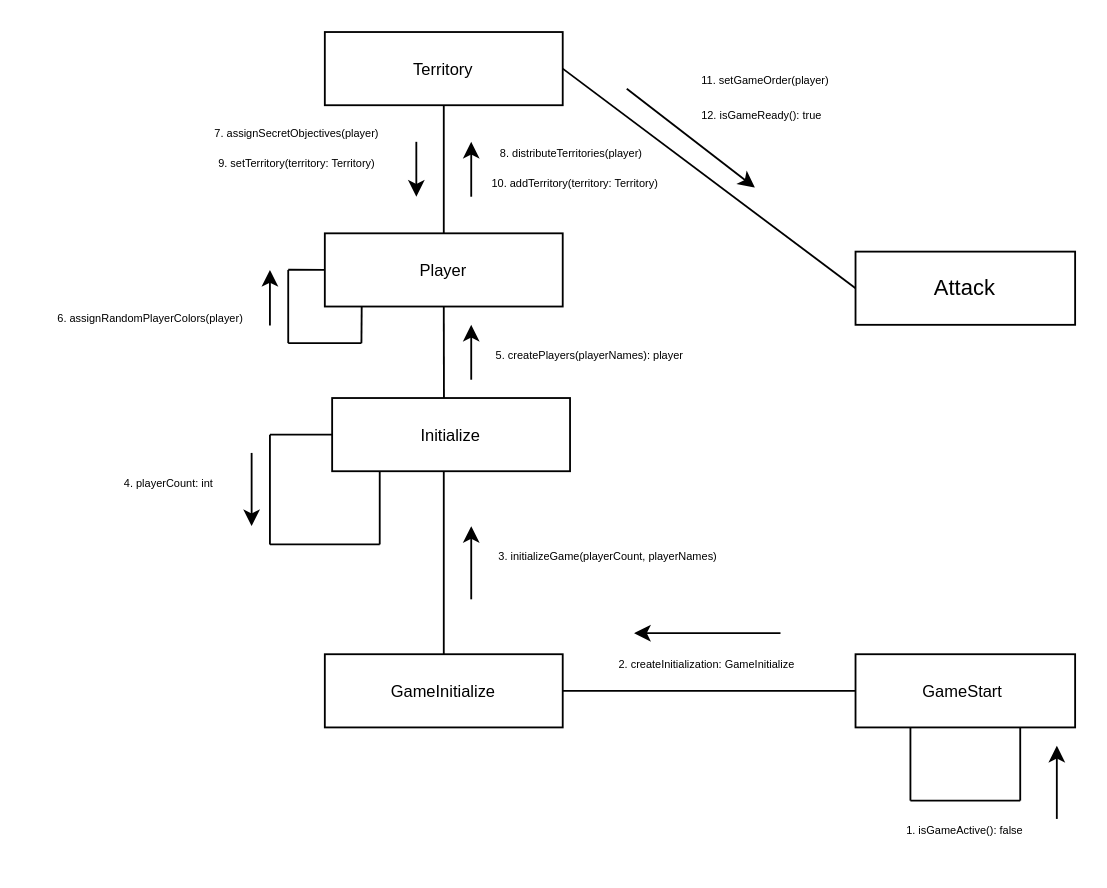
Earlier version of the draw.io diagram es2/es2.drawio (rickzerahh/UNICAP). Source tidied: cells renumbered, new cells numbered last; positions are measured from the earlier drawing's top-left corner, leaving out a move shared by most shapes. Both pictures are drawn from the tidied source at 183%, with x=0, y=0 at pixel (31, 31).
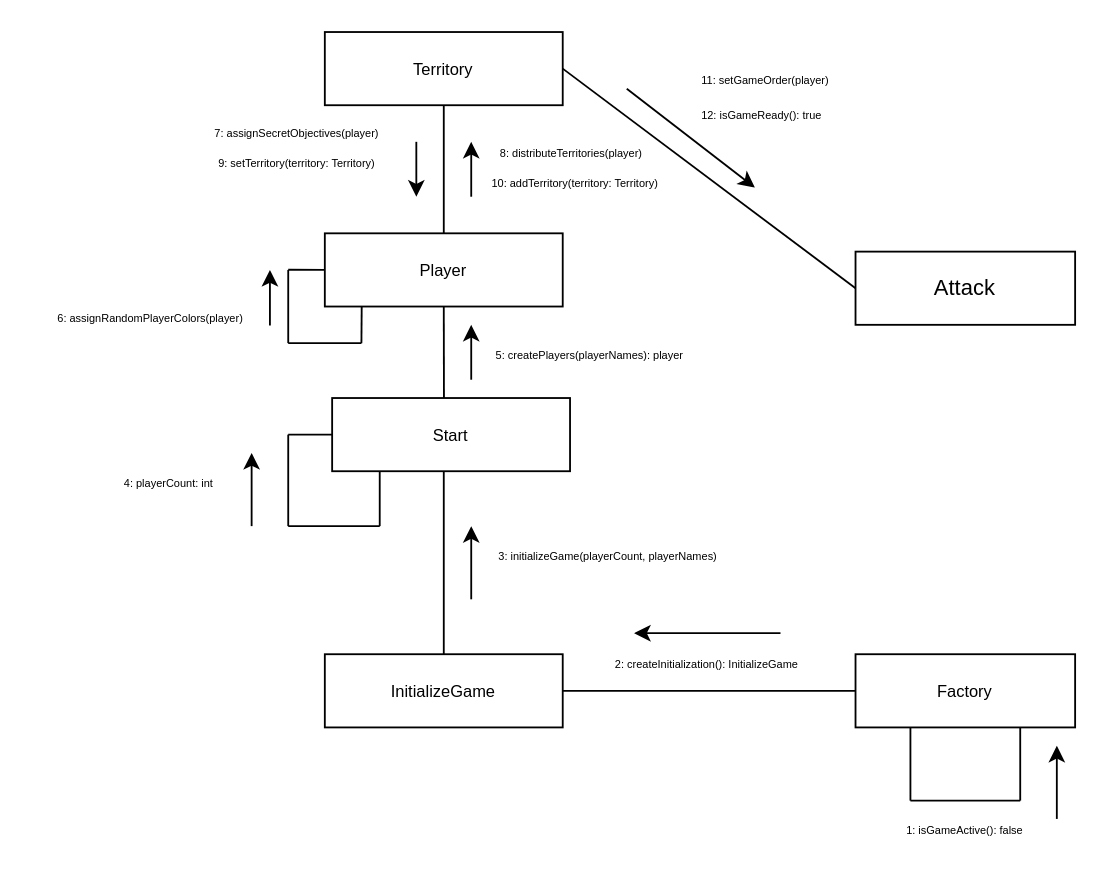
After the change.

Diff of the diagram source:
```diff
@@
-    <mxCell id="2" value="&lt;font style=&quot;font-size: 9px;&quot;&gt;GameStart&amp;nbsp;&lt;/font&gt;" style="rounded=0;whiteSpace=wrap;html=1;" parent="1" vertex="1">
+    <mxCell id="2" value="&lt;font style=&quot;font-size: 9px;&quot;&gt;Factory&lt;/font&gt;" style="rounded=0;whiteSpace=wrap;html=1;" parent="1" vertex="1">
       <mxGeometry x="450" y="340" width="120" height="40" as="geometry" />
     </mxCell>
@@
-    <mxCell id="7" value="&lt;font style=&quot;font-size: 6px;&quot;&gt;1. isGameActive(): false&lt;/font&gt;" style="text;html=1;align=center;verticalAlign=middle;whiteSpace=wrap;rounded=0;" parent="1" vertex="1">
+    <mxCell id="7" value="&lt;font style=&quot;font-size: 6px;&quot;&gt;1: isGameActive(): false&lt;/font&gt;" style="text;html=1;align=center;verticalAlign=middle;whiteSpace=wrap;rounded=0;" parent="1" vertex="1">
       <mxGeometry x="461.2" y="420" width="97.5" height="30" as="geometry" />
     </mxCell>
-    <mxCell id="8" value="&lt;font style=&quot;font-size: 9px;&quot;&gt;GameInitialize&lt;/font&gt;" style="rounded=0;whiteSpace=wrap;html=1;" parent="1" vertex="1">
+    <mxCell id="8" value="&lt;font style=&quot;font-size: 9px;&quot;&gt;InitializeGame&lt;/font&gt;" style="rounded=0;whiteSpace=wrap;html=1;" parent="1" vertex="1">
       <mxGeometry x="160" y="340" width="130" height="40" as="geometry" />
     </mxCell>
-    <mxCell id="9" value="&lt;font style=&quot;font-size: 6px;&quot;&gt;2. createInitialization: GameInitialize&lt;/font&gt;" style="text;html=1;align=center;verticalAlign=middle;whiteSpace=wrap;rounded=0;" parent="1" vertex="1">
+    <mxCell id="9" value="&lt;font style=&quot;font-size: 6px;&quot;&gt;2: createInitialization(): InitializeGame&lt;/font&gt;" style="text;html=1;align=center;verticalAlign=middle;whiteSpace=wrap;rounded=0;" parent="1" vertex="1">
       <mxGeometry x="294" y="334" width="150" height="20" as="geometry" />
     </mxCell>
@@
-    <mxCell id="13" value="&lt;font style=&quot;font-size: 6px;&quot;&gt;3. initializeGame(playerCount, playerNames)&lt;/font&gt;" style="text;html=1;align=center;verticalAlign=middle;whiteSpace=wrap;rounded=0;" parent="1" vertex="1">
+    <mxCell id="13" value="&lt;font style=&quot;font-size: 6px;&quot;&gt;3: initializeGame(playerCount, playerNames)&lt;/font&gt;" style="text;html=1;align=center;verticalAlign=middle;whiteSpace=wrap;rounded=0;" parent="1" vertex="1">
       <mxGeometry x="230" y="270" width="170" height="30" as="geometry" />
     </mxCell>
@@
-    <mxCell id="15" value="&lt;font style=&quot;font-size: 9px;&quot;&gt;Initialize&lt;/font&gt;" style="rounded=0;whiteSpace=wrap;html=1;" parent="1" vertex="1">
+    <mxCell id="15" value="&lt;font style=&quot;font-size: 9px;&quot;&gt;Start&lt;/font&gt;" style="rounded=0;whiteSpace=wrap;html=1;" parent="1" vertex="1">
       <mxGeometry x="164" y="200" width="130" height="40" as="geometry" />
     </mxCell>
     <mxCell id="16" style="endArrow=none;html=1;rounded=0;exitX=0;exitY=0.5;exitDx=0;exitDy=0;" parent="1" edge="1" source="15">
       <mxGeometry relative="1" as="geometry">
-        <mxPoint x="130" y="220" as="targetPoint" />
+        <mxPoint x="140" y="220" as="targetPoint" />
       </mxGeometry>
     </mxCell>
     <mxCell id="17" style="endArrow=none;html=1;rounded=0;" parent="1" edge="1">
       <mxGeometry relative="1" as="geometry">
-        <mxPoint x="130" y="280" as="sourcePoint" />
-        <mxPoint x="130" y="220" as="targetPoint" />
+        <mxPoint x="140" y="270" as="sourcePoint" />
+        <mxPoint x="140" y="220" as="targetPoint" />
       </mxGeometry>
     </mxCell>
     <mxCell id="18" style="endArrow=none;html=1;rounded=0;" parent="1" edge="1">
       <mxGeometry relative="1" as="geometry">
-        <mxPoint x="190" y="280" as="sourcePoint" />
-        <mxPoint x="130" y="280" as="targetPoint" />
+        <mxPoint x="190" y="270" as="sourcePoint" />
+        <mxPoint x="140" y="270" as="targetPoint" />
       </mxGeometry>
     </mxCell>
     <mxCell id="19" style="endArrow=none;html=1;rounded=0;" parent="1" edge="1">
       <mxGeometry relative="1" as="geometry">
-        <mxPoint x="190" y="280" as="sourcePoint" />
+        <mxPoint x="190" y="270" as="sourcePoint" />
         <mxPoint x="190" y="240" as="targetPoint" />
       </mxGeometry>
     </mxCell>
-    <mxCell id="20" value="&lt;font style=&quot;font-size: 6px;&quot;&gt;4. playerCount: int&lt;/font&gt;" style="text;html=1;align=center;verticalAlign=middle;whiteSpace=wrap;rounded=0;" parent="1" vertex="1">
+    <mxCell id="20" value="&lt;font style=&quot;font-size: 6px;&quot;&gt;4: playerCount: int&lt;/font&gt;" style="text;html=1;align=center;verticalAlign=middle;whiteSpace=wrap;rounded=0;" parent="1" vertex="1">
       <mxGeometry x="40" y="230" width="70" height="30" as="geometry" />
     </mxCell>
     <mxCell id="21" style="endArrow=classic;html=1;rounded=0;" parent="1" edge="1">
       <mxGeometry relative="1" as="geometry">
-        <mxPoint x="120" y="230" as="sourcePoint" />
-        <mxPoint x="120" y="270" as="targetPoint" />
+        <mxPoint x="120" y="270" as="sourcePoint" />
+        <mxPoint x="120" y="230" as="targetPoint" />
       </mxGeometry>
     </mxCell>
@@
-    <mxCell id="25" value="&lt;font style=&quot;font-size: 6px;&quot;&gt;5. createPlayers(playerNames): player&lt;/font&gt;" style="text;html=1;align=center;verticalAlign=middle;whiteSpace=wrap;rounded=0;" parent="1" vertex="1">
+    <mxCell id="25" value="&lt;font style=&quot;font-size: 6px;&quot;&gt;5: createPlayers(playerNames): player&lt;/font&gt;" style="text;html=1;align=center;verticalAlign=middle;whiteSpace=wrap;rounded=0;" parent="1" vertex="1">
       <mxGeometry x="220" y="160" width="170" height="30" as="geometry" />
     </mxCell>
@@
-    <mxCell id="29" value="&lt;font style=&quot;font-size: 6px;&quot;&gt;6. assignRandomPlayerColors(player)&lt;/font&gt;" style="text;html=1;align=center;verticalAlign=middle;whiteSpace=wrap;rounded=0;" parent="1" vertex="1">
+    <mxCell id="29" value="&lt;font style=&quot;font-size: 6px;&quot;&gt;6: assignRandomPlayerColors(player)&lt;/font&gt;" style="text;html=1;align=center;verticalAlign=middle;whiteSpace=wrap;rounded=0;" parent="1" vertex="1">
       <mxGeometry y="140" width="130" height="30" as="geometry" />
     </mxCell>
@@
-    <mxCell id="35" value="&lt;font style=&quot;font-size: 6px;&quot;&gt;&lt;font style=&quot;&quot;&gt;7&lt;/font&gt;&lt;span style=&quot;background-color: initial;&quot;&gt;.&amp;nbsp;&lt;/span&gt;assignSecretObjectives(player)&lt;/font&gt;" style="text;html=1;align=center;verticalAlign=middle;whiteSpace=wrap;rounded=0;" parent="1" vertex="1">
+    <mxCell id="35" value="&lt;font style=&quot;font-size: 6px;&quot;&gt;&lt;font style=&quot;&quot;&gt;7:&lt;/font&gt;&lt;span style=&quot;background-color: initial;&quot;&gt;&amp;nbsp;&lt;/span&gt;assignSecretObjectives(player)&lt;/font&gt;" style="text;html=1;align=center;verticalAlign=middle;whiteSpace=wrap;rounded=0;" parent="1" vertex="1">
       <mxGeometry x="80" y="39" width="130" height="30" as="geometry" />
     </mxCell>
@@
-    <mxCell id="37" value="&lt;font style=&quot;font-size: 6px;&quot;&gt;&lt;span style=&quot;background-color: initial;&quot;&gt;8.&amp;nbsp;&lt;/span&gt;distributeTerritories(player)&lt;/font&gt;" style="text;html=1;align=center;verticalAlign=middle;whiteSpace=wrap;rounded=0;" parent="1" vertex="1">
+    <mxCell id="37" value="&lt;font style=&quot;font-size: 6px;&quot;&gt;&lt;span style=&quot;background-color: initial;&quot;&gt;8:&amp;nbsp;&lt;/span&gt;distributeTerritories(player)&lt;/font&gt;" style="text;html=1;align=center;verticalAlign=middle;whiteSpace=wrap;rounded=0;" parent="1" vertex="1">
       <mxGeometry x="230" y="50" width="130" height="30" as="geometry" />
     </mxCell>
-    <mxCell id="38" value="&lt;font style=&quot;font-size: 6px;&quot;&gt;&lt;span style=&quot;background-color: initial;&quot;&gt;9.&amp;nbsp;&lt;/span&gt;setTerritory(territory: Territory)&lt;/font&gt;" style="text;html=1;align=center;verticalAlign=middle;whiteSpace=wrap;rounded=0;" parent="1" vertex="1">
+    <mxCell id="38" value="&lt;font style=&quot;font-size: 6px;&quot;&gt;&lt;span style=&quot;background-color: initial;&quot;&gt;9:&amp;nbsp;&lt;/span&gt;setTerritory(territory: Territory)&lt;/font&gt;" style="text;html=1;align=center;verticalAlign=middle;whiteSpace=wrap;rounded=0;" parent="1" vertex="1">
       <mxGeometry x="80" y="55" width="130" height="30" as="geometry" />
     </mxCell>
@@
-    <mxCell id="41" value="&lt;font style=&quot;font-size: 6px;&quot;&gt;&lt;span style=&quot;background-color: initial;&quot;&gt;10. add&lt;/span&gt;Territory(territory: Territory)&lt;/font&gt;" style="text;html=1;align=center;verticalAlign=middle;whiteSpace=wrap;rounded=0;" parent="1" vertex="1">
+    <mxCell id="41" value="&lt;font style=&quot;font-size: 6px;&quot;&gt;&lt;span style=&quot;background-color: initial;&quot;&gt;10: add&lt;/span&gt;Territory(territory: Territory)&lt;/font&gt;" style="text;html=1;align=center;verticalAlign=middle;whiteSpace=wrap;rounded=0;" parent="1" vertex="1">
       <mxGeometry x="232" y="66" width="130" height="30" as="geometry" />
     </mxCell>
@@
-    <mxCell id="43" value="&lt;font style=&quot;font-size: 6px;&quot;&gt;11. setGameOrder(player)&lt;/font&gt;" style="text;html=1;align=center;verticalAlign=middle;whiteSpace=wrap;rounded=0;" parent="1" vertex="1">
+    <mxCell id="43" value="&lt;font style=&quot;font-size: 6px;&quot;&gt;11: setGameOrder(player)&lt;/font&gt;" style="text;html=1;align=center;verticalAlign=middle;whiteSpace=wrap;rounded=0;" parent="1" vertex="1">
       <mxGeometry x="362" y="10" width="78" height="30" as="geometry" />
     </mxCell>
-    <mxCell id="44" value="&lt;font style=&quot;font-size: 6px;&quot;&gt;12.&amp;nbsp;isGameReady(): true&lt;/font&gt;" style="text;html=1;align=center;verticalAlign=middle;whiteSpace=wrap;rounded=0;" parent="1" vertex="1">
+    <mxCell id="44" value="&lt;font style=&quot;font-size: 6px;&quot;&gt;12: isGameReady(): true&lt;/font&gt;" style="text;html=1;align=center;verticalAlign=middle;whiteSpace=wrap;rounded=0;" parent="1" vertex="1">
       <mxGeometry x="364" y="29" width="70" height="30" as="geometry" />
     </mxCell>
```
